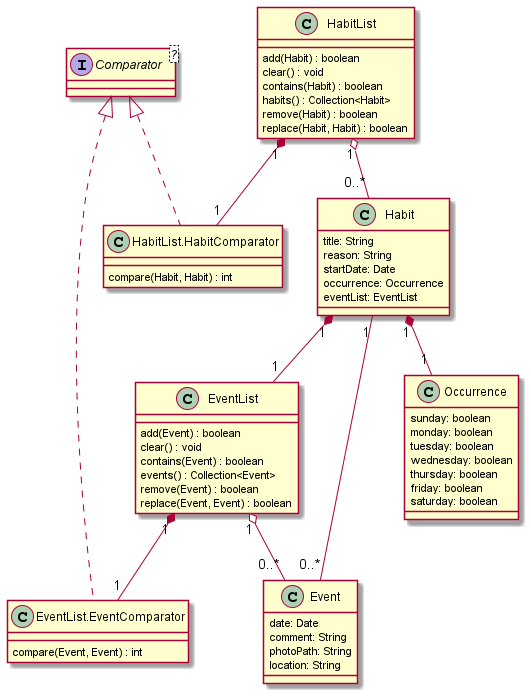
Above: doc/model.png in CMPUT301F21T22/Nabu (PlantUML), before the change. Source of this version:
```plantuml
@startuml

interface Comparator<?>

class Event {
    date: Date
    comment: String
    photoPath: String
    location: String
}

class EventList {
    add(Event) : boolean
    clear() : void
    contains(Event) : boolean
    events() : Collection<Event>
    remove(Event) : boolean
    replace(Event, Event) : boolean
}

class EventList.EventComparator implements Comparator {
    compare(Event, Event) : int
}

class Habit {
    title: String
    reason: String
    startDate: Date
    occurrence: Occurrence
    eventList: EventList
}

class HabitList {
    add(Habit) : boolean
    clear() : void
    contains(Habit) : boolean
    habits() : Collection<Habit>
    remove(Habit) : boolean
    replace(Habit, Habit) : boolean
}

class HabitList.HabitComparator implements Comparator {
    compare(Habit, Habit) : int
}

class Occurrence {
    sunday: boolean
    monday: boolean
    tuesday: boolean
    wednesday: boolean
    thursday: boolean
    friday: boolean
    saturday: boolean
}


Habit "1" *-- "1" Occurrence
Habit "1" *-- "1" EventList

HabitList "1" o-- "0..*" Habit
EventList "1" o-- "0..*" Event
Habit "1" --- "0..*" Event

EventList "1" *-- "1" EventList.EventComparator
HabitList "1" *-- "1" HabitList.HabitComparator

@enduml
```
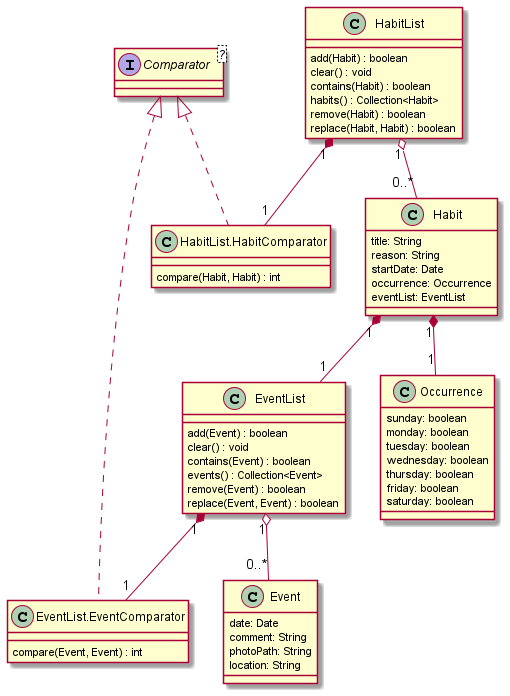
The same file after the commit.

Change to the diagram source:
```diff
@@ -59,7 +59,6 @@
 
 HabitList "1" o-- "0..*" Habit
 EventList "1" o-- "0..*" Event
-Habit "1" --- "0..*" Event
 
 EventList "1" *-- "1" EventList.EventComparator
 HabitList "1" *-- "1" HabitList.HabitComparator
```
